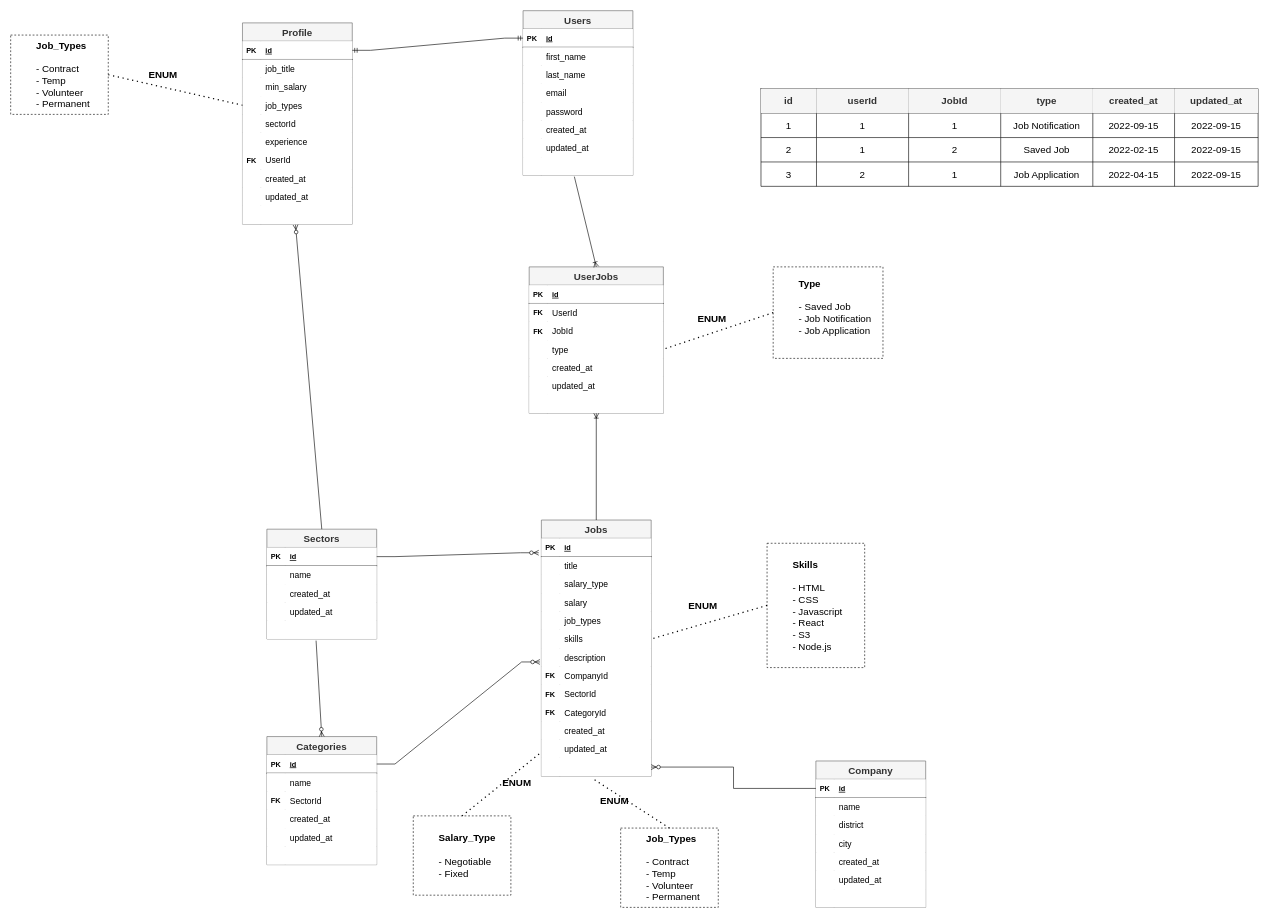
This is page "Final" (12 of 13) of JobPlus/Untitled Diagram.drawio from kingsley-ijomah/draw.io, a draw.io file, before an edit. Source tidied: cells renumbered, new cells numbered last; positions are measured from the earlier drawing's top-left corner, leaving out a move shared by most shapes. Both pictures are drawn from the tidied source at 61%, with x=0, y=0 at pixel (10, 10).
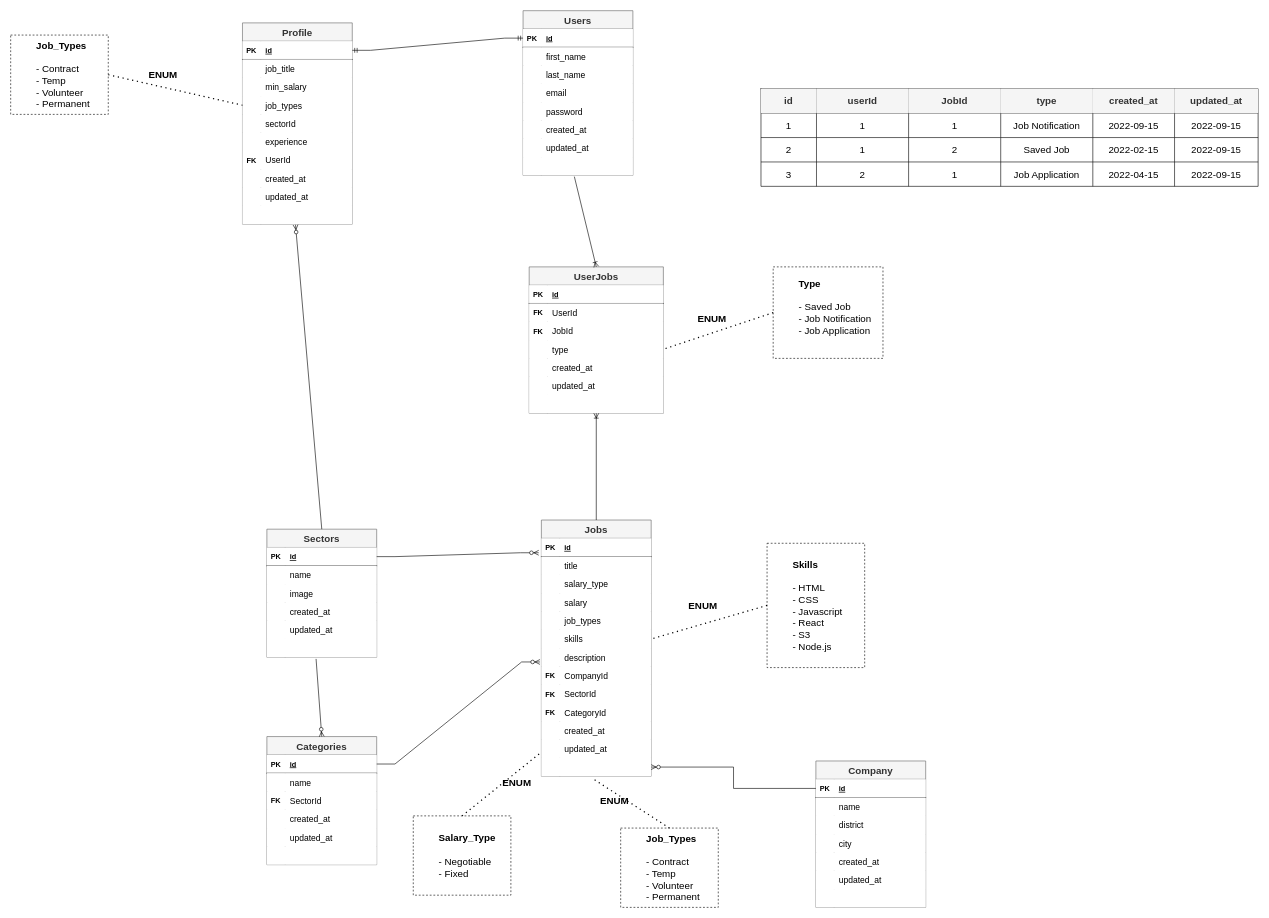
The same diagram, later.

The edit, as a diff of the source:
```diff
@@
     <mxCell id="27" value="Sectors" style="shape=table;startSize=30;childLayout=tableLayout;rowLines=0;fontStyle=1;align=center;labelBackgroundColor=none;labelBorderColor=none;fillColor=#f5f5f5;fontColor=#333333;strokeColor=#666666;gradientColor=none;fontSize=16;" parent="1" vertex="1">
-      <mxGeometry x="420" y="850" width="180" height="180" as="geometry" />
+      <mxGeometry x="420" y="850" width="180" height="210" as="geometry" />
     </mxCell>
@@
+    <mxCell id="229" style="shape=tableRow;horizontal=0;startSize=0;swimlaneHead=0;swimlaneBody=0;fillColor=default;top=0;left=0;right=0;bottom=0;labelBorderColor=none;" parent="27" vertex="1">
+      <mxGeometry y="90" width="180" height="30" as="geometry" />
+    </mxCell>
+    <mxCell id="230" style="shape=partialRectangle;fillColor=none;top=0;left=0;bottom=0;right=0;overflow=hidden;" parent="229" vertex="1">
+      <mxGeometry width="30" height="30" as="geometry" />
+    </mxCell>
+    <mxCell id="231" value="image" style="shape=partialRectangle;fillColor=none;top=0;left=0;bottom=0;right=0;align=left;spacingLeft=6;overflow=hidden;fontSize=14;" parent="229" vertex="1">
+      <mxGeometry x="30" width="150" height="30" as="geometry" />
+    </mxCell>
     <mxCell id="34" style="shape=tableRow;horizontal=0;startSize=0;swimlaneHead=0;swimlaneBody=0;fillColor=default;top=0;left=0;right=0;bottom=0;" parent="27" vertex="1">
-      <mxGeometry y="90" width="180" height="30" as="geometry" />
+      <mxGeometry y="120" width="180" height="30" as="geometry" />
     </mxCell>
@@
     <mxCell id="37" style="shape=tableRow;horizontal=0;startSize=0;swimlaneHead=0;swimlaneBody=0;fillColor=default;top=0;left=0;right=0;bottom=0;" parent="27" vertex="1">
-      <mxGeometry y="120" width="180" height="30" as="geometry" />
+      <mxGeometry y="150" width="180" height="30" as="geometry" />
     </mxCell>
@@
     <mxCell id="40" style="shape=tableRow;horizontal=0;startSize=0;swimlaneHead=0;swimlaneBody=0;fillColor=default;points=[[0,0.5],[1,0.5]];portConstraint=eastwest;top=0;left=0;right=0;bottom=0;" parent="27" vertex="1">
-      <mxGeometry y="150" width="180" height="30" as="geometry" />
+      <mxGeometry y="180" width="180" height="30" as="geometry" />
     </mxCell>
```
